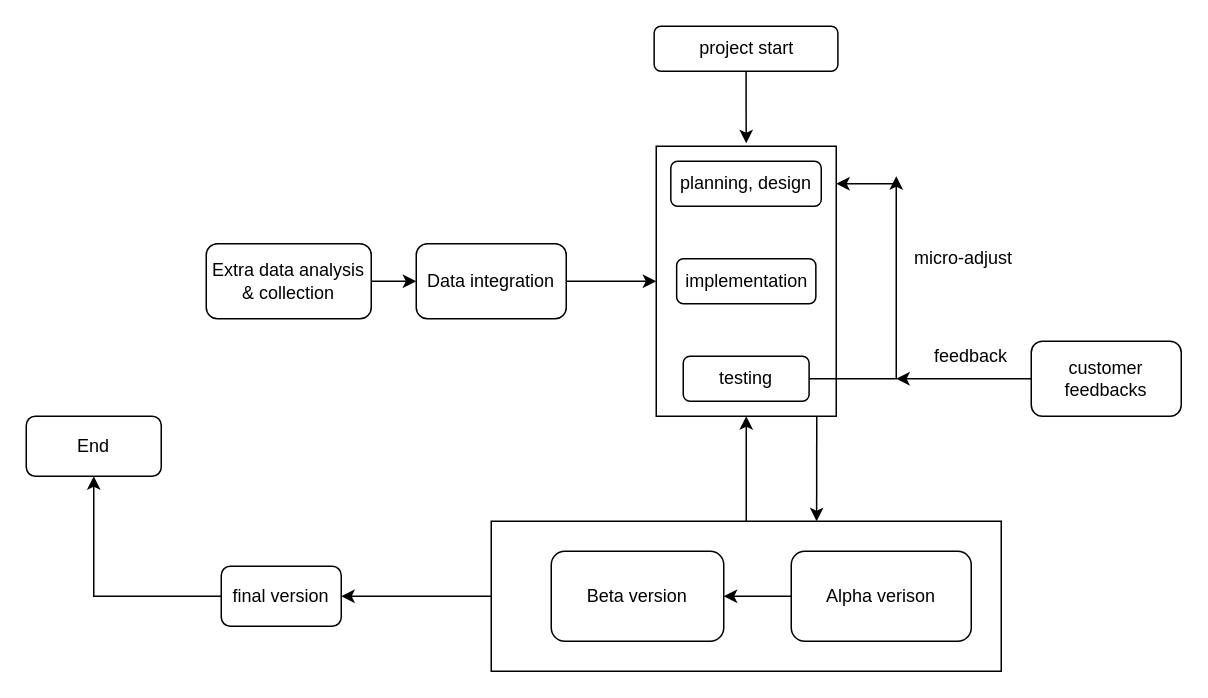
Before: diagram_process.drawio in kennylou00/software_project, a draw.io diagram. Source tidied: cells renumbered, new cells numbered last; positions are measured from the earlier drawing's top-left corner, leaving out a move shared by most shapes. Both pictures are drawn from the tidied source at 150%, with x=0, y=0 at pixel (26, 26).
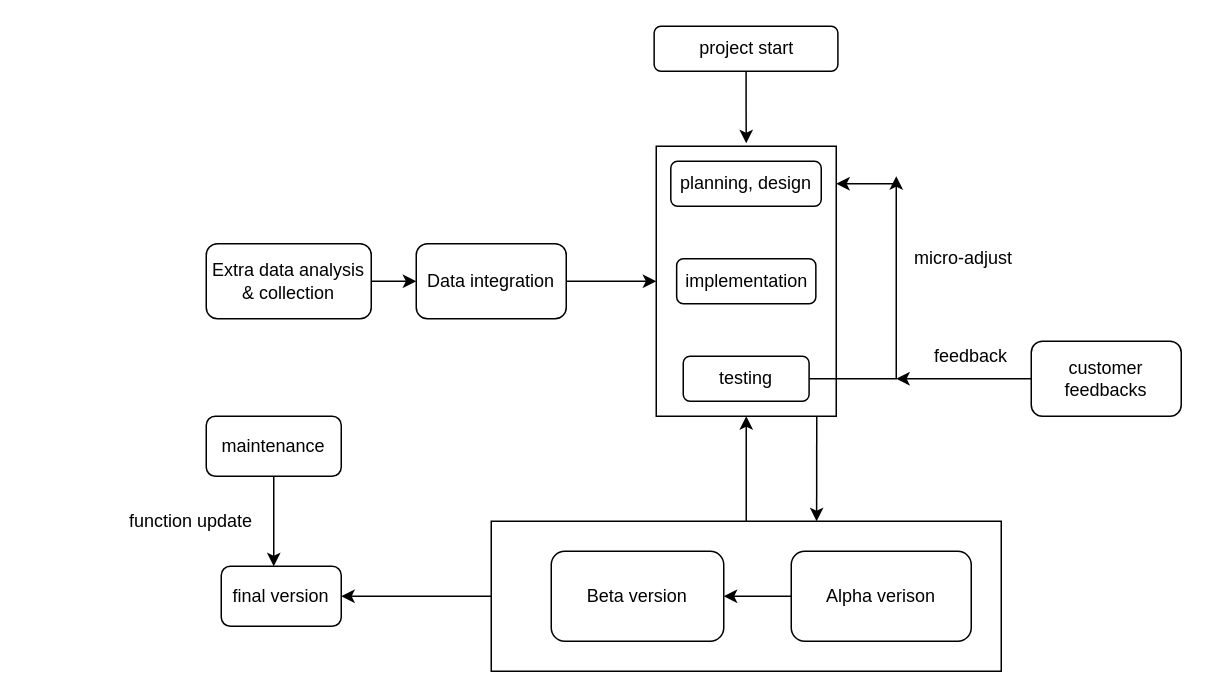
After the change.

Unchanged cells that the change refers to:
```xml
<mxCell id="25" value="final version" style="rounded=1;whiteSpace=wrap;html=1;" parent="1" vertex="1">
  <mxGeometry x="130" y="360" width="80" height="40" as="geometry" />
</mxCell>
```

Diff of the diagram source:
```diff
@@
-    <mxCell id="24" style="edgeStyle=orthogonalEdgeStyle;rounded=0;jettySize=auto;html=1;" parent="1" edge="1" source="25" target="26">
-      <mxGeometry relative="1" as="geometry" />
-    </mxCell>
@@
-    <mxCell id="26" value="End" style="rounded=1;whiteSpace=wrap;html=1;" parent="1" vertex="1">
-      <mxGeometry y="260" width="90" height="40" as="geometry" />
-    </mxCell>
@@
+    <mxCell id="28" style="edgeStyle=orthogonalEdgeStyle;rounded=0;jettySize=auto;html=1;" parent="1" edge="1" source="29" target="25">
+      <mxGeometry relative="1" as="geometry">
+        <Array as="points">
+          <mxPoint x="165" y="350" />
+          <mxPoint x="165" y="350" />
+        </Array>
+      </mxGeometry>
+    </mxCell>
+    <mxCell id="29" value="maintenance" style="rounded=1;whiteSpace=wrap;html=1;" parent="1" vertex="1">
+      <mxGeometry x="120" y="260" width="90" height="40" as="geometry" />
+    </mxCell>
+    <mxCell id="30" value="function update" style="text;html=1;strokeColor=none;fillColor=none;align=center;verticalAlign=middle;whiteSpace=wrap;rounded=0;" parent="1" vertex="1">
+      <mxGeometry x="60" y="320" width="100" height="20" as="geometry" />
+    </mxCell>
```
